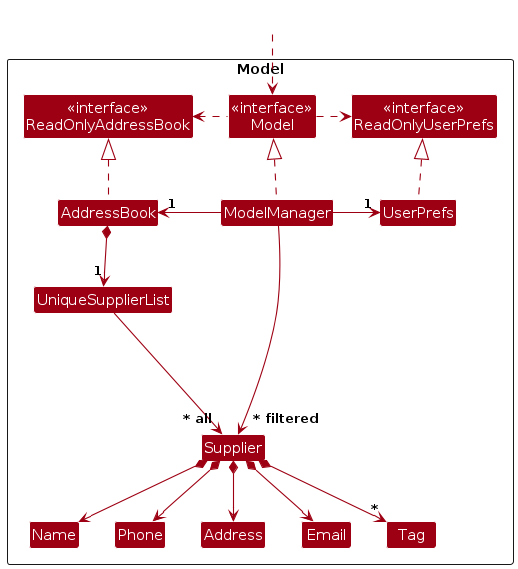
This is diagrams/ModelClassDiagram.png from prave1n/VendorVault, a PlantUML export, as it was before one commit. Its source is kept beside it as diagrams/ModelClassDiagram.puml.
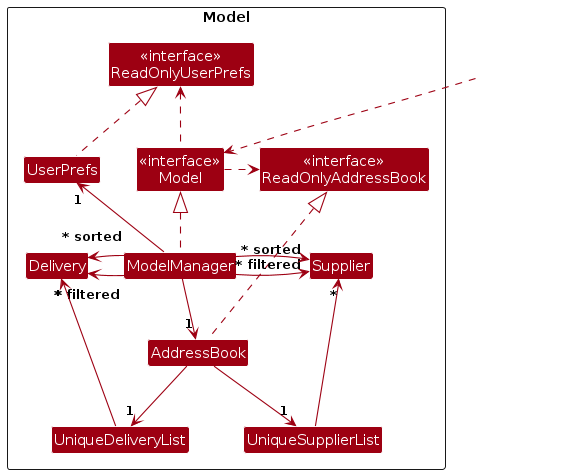
Later version of the same file.

The edit, as a diff of the source:
```diff
@@ -13,42 +13,32 @@
 Class UserPrefs
 
 Class UniqueSupplierList
+Class UniqueDeliveryList
 Class Supplier
-Class Address
-Class Email
-Class Name
-Class Phone
-Class Tag
-
+Class Delivery
 Class I #FFFFFF
 }
 
 Class HiddenOutside #FFFFFF
-HiddenOutside ..> Model
+HiddenOutside .down.> Model
+Model .left.> ReadOnlyUserPrefs
+Model .right.> ReadOnlyAddressBook
 
+UserPrefs .up.|> ReadOnlyUserPrefs
 AddressBook .up.|> ReadOnlyAddressBook
 
 ModelManager .up.|> Model
-Model .right.> ReadOnlyUserPrefs
-Model .left.> ReadOnlyAddressBook
-ModelManager -left-> "1" AddressBook
-ModelManager -right-> "1" UserPrefs
-UserPrefs .up.|> ReadOnlyUserPrefs
+ModelManager -down-> "1" AddressBook
+ModelManager -up-> "1" UserPrefs
 
-AddressBook *--> "1" UniqueSupplierList
-UniqueSupplierList --> "~* all" Supplier
-Supplier *--> Name
-Supplier *--> Phone
-Supplier *--> Email
-Supplier *--> Address
-Supplier *--> "*" Tag
+ModelManager -left-> "~* filtered" Delivery
+ModelManager -left-> "~* sorted" Delivery
+ModelManager -down-> "~* filtered" Supplier
+ModelManager -right-> "~* sorted" Supplier
 
-Supplier -[hidden]up--> I
-UniqueSupplierList -[hidden]right-> I
+AddressBook -down-> "1" UniqueDeliveryList
+AddressBook -down-> "1" UniqueSupplierList
 
-Name -[hidden]right-> Phone
-Phone -[hidden]right-> Address
-Address -[hidden]right-> Email
-
-ModelManager --> "~* filtered" Supplier
+UniqueSupplierList -left-> "*" Supplier
+UniqueDeliveryList -left-> "*" Delivery
 @enduml
```
